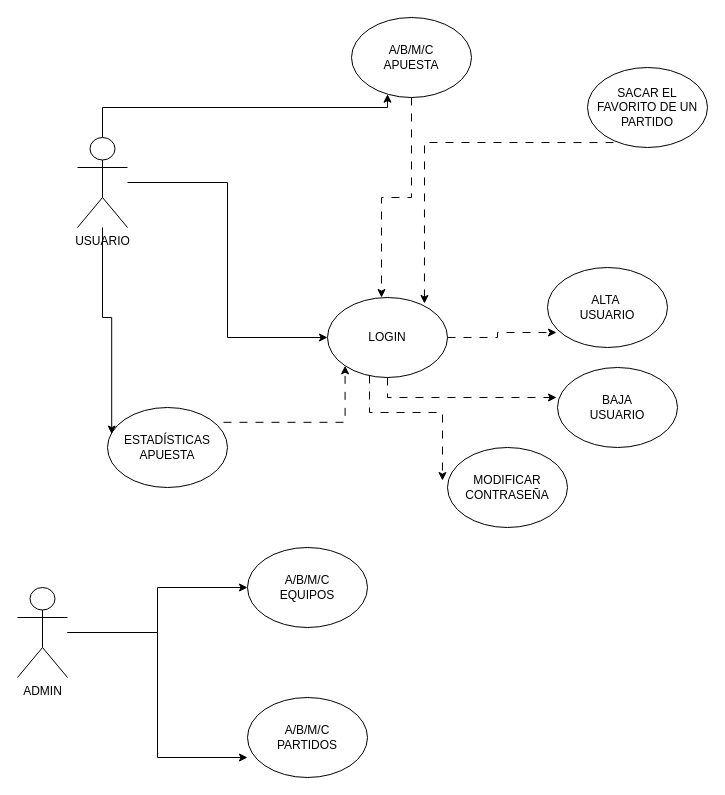
Valexx55/sanblasjava keeps this draw.io diagram as appapuestas/Casos de USO Apuestas.drawio. Above is the earlier version. Source tidied: cells renumbered, new cells numbered last; positions are measured from the earlier drawing's top-left corner, leaving out a move shared by most shapes. Both pictures are drawn from the tidied source at 100%, with x=0, y=0 at pixel (17, 17).
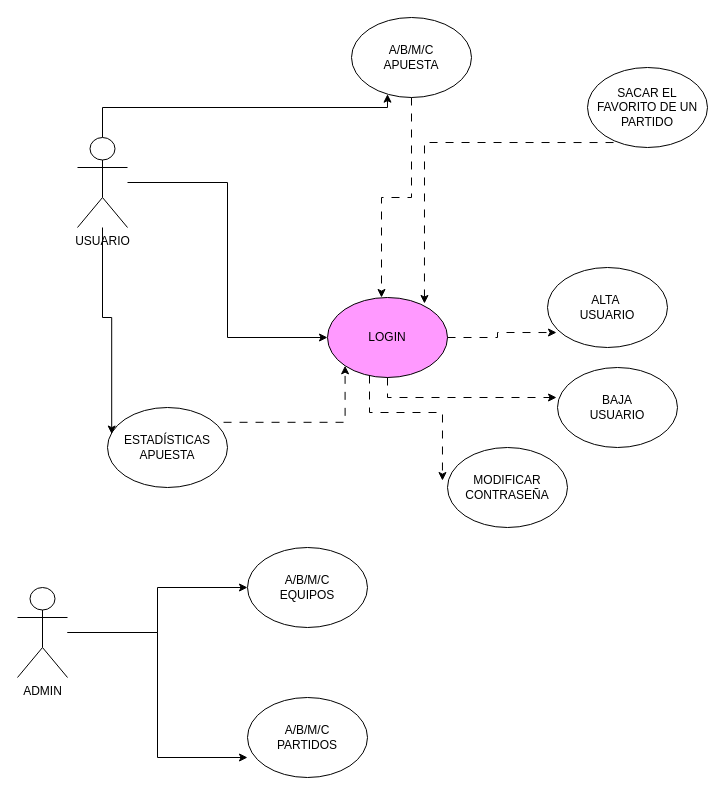
After the change.

The edit, as a diff of the source:
```diff
@@
-    <mxCell id="8" value="LOGIN" style="ellipse;whiteSpace=wrap;html=1;" parent="1" vertex="1">
+    <mxCell id="8" value="LOGIN" style="ellipse;whiteSpace=wrap;html=1;fillColor=#FF99FF;" parent="1" vertex="1">
       <mxGeometry x="310" y="280" width="120" height="80" as="geometry" />
     </mxCell>
```
